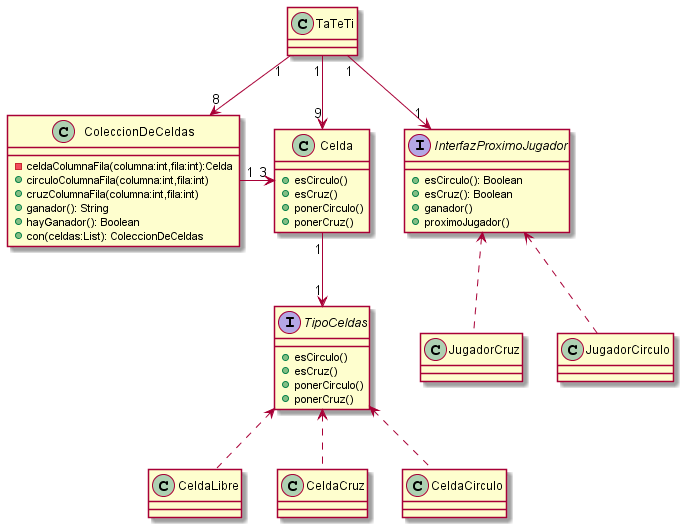
mpata2000/Algo3 keeps this PlantUML diagram as Parciales/PosibleSolucion-ParcialT2-23,06,2021/Diagrama.png. Above is the earlier version. The source it was exported from:
```plantuml
@startuml Diagrama

Class TaTeTi{}

Class ColeccionDeCeldas{
    - celdaColumnaFila(columna:int,fila:int):Celda
    + circuloColumnaFila(columna:int,fila:int)
    + cruzColumnaFila(columna:int,fila:int)
    + ganador(): String
    + hayGanador(): Boolean
    + con(celdas:List): ColeccionDeCeldas
}

Class Celda{
    + esCirculo()
    + esCruz()
    + ponerCirculo()
    + ponerCruz()
}

Interface TipoCeldas{
    + esCirculo()
    + esCruz()
    + ponerCirculo()
    + ponerCruz()
}

Class CeldaLibre{}

Class CeldaCruz{}

Class CeldaCirculo{}

Interface InterfazProximoJugador{
    + esCirculo(): Boolean
    + esCruz(): Boolean
    + ganador()
    + proximoJugador()
}

Class JugadorCruz{}

Class JugadorCirculo{}

TaTeTi "1" --> "9" Celda
TaTeTi "1" --> "8" ColeccionDeCeldas
TaTeTi "1" --> "1" InterfazProximoJugador
ColeccionDeCeldas "1" -right-> "3" Celda
Celda "1" --> "1" TipoCeldas
InterfazProximoJugador <.. JugadorCruz
InterfazProximoJugador <.. JugadorCirculo
TipoCeldas <.. CeldaLibre
TipoCeldas <.. CeldaCruz
TipoCeldas <.. CeldaCirculo
@enduml
```
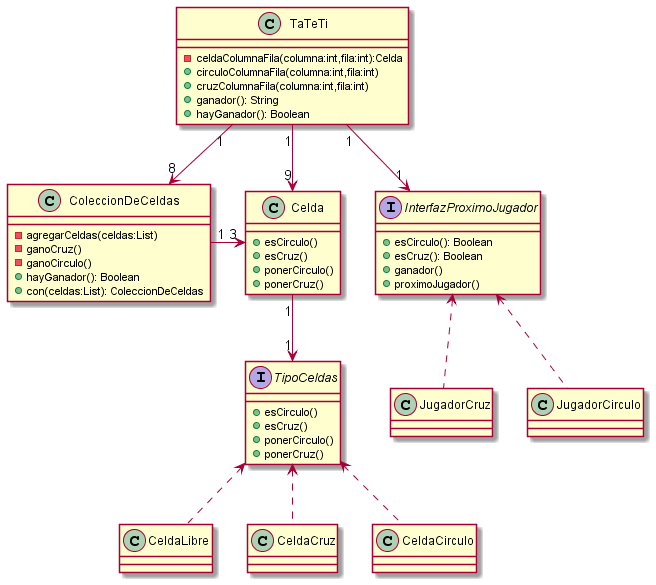
Later version of the same file.

Commit message:
Se corrigio diagrama de clases

What changed in the source:
```diff
@@ -1,12 +1,17 @@
 @startuml Diagrama
 
-Class TaTeTi{}
-
-Class ColeccionDeCeldas{
+Class TaTeTi{
     - celdaColumnaFila(columna:int,fila:int):Celda
     + circuloColumnaFila(columna:int,fila:int)
     + cruzColumnaFila(columna:int,fila:int)
     + ganador(): String
+    + hayGanador(): Boolean
+}
+
+Class ColeccionDeCeldas{
+    - agregarCeldas(celdas:List)
+    - ganoCruz()
+    - ganoCirculo()
     + hayGanador(): Boolean
     + con(celdas:List): ColeccionDeCeldas
 }
```
